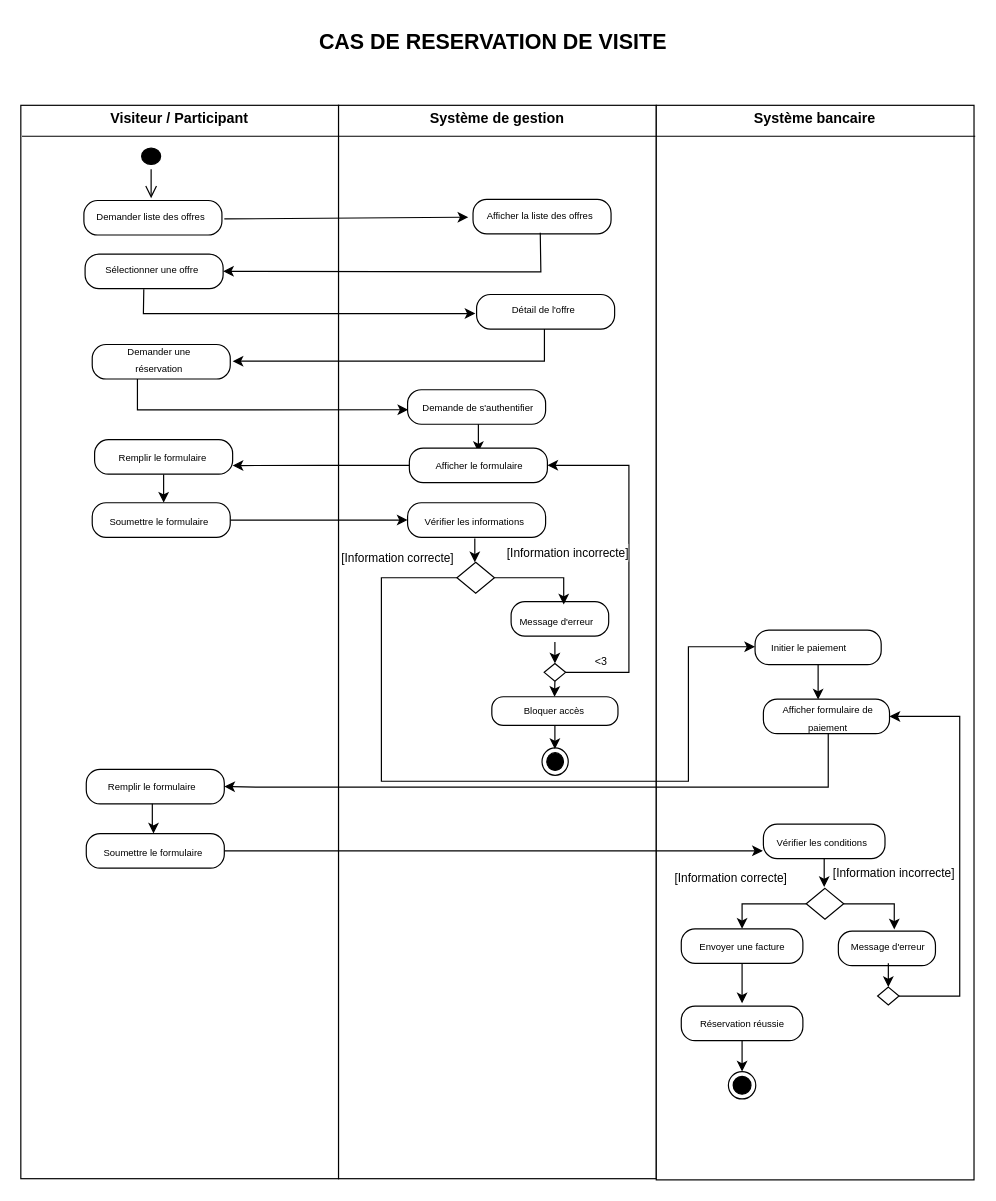
This is activity1.drawio from louis-fresnel99/TpGasaL1, a draw.io file, before an edit. Source tidied: cells renumbered, new cells numbered last; positions are measured from the earlier drawing's top-left corner, leaving out a move shared by most shapes. Both pictures are drawn from the tidied source at 119%, with x=0, y=0 at pixel (20, 20).
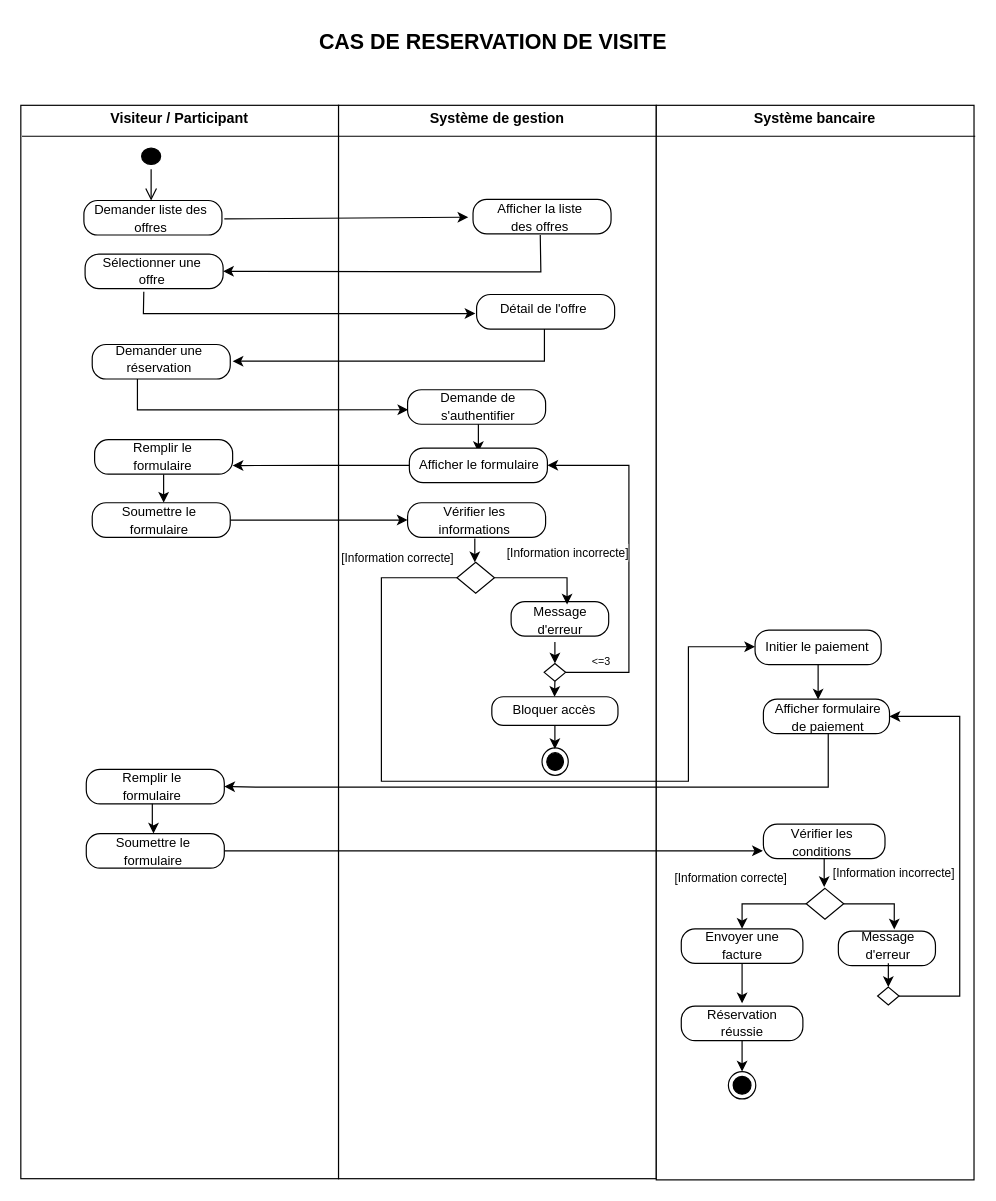
Above is the later version.

Commit message:
Mettre à jour activity1.drawio

The change refers to these unchanged cells:
```xml
<mxCell id="6" style="group;labelBackgroundColor=light-dark(#000000,#000000);fillColor=none;fillStyle=solid;imageAspect=1;" parent="1" vertex="1">
  <mxGeometry x="102" y="103" width="58" height="76" as="geometry" />
</mxCell>
```

The edit, as a diff of the source:
```diff
@@
-    <mxCell id="9" value="&lt;font style=&quot;font-size: 8px;&quot;&gt;Demander liste des offres&lt;/font&gt;" style="text;html=1;align=center;verticalAlign=middle;whiteSpace=wrap;rounded=0;fontFamily=Helvetica;fontSize=12;fontColor=default;labelBackgroundColor=none;" parent="6" vertex="1">
-      <mxGeometry x="-41" y="46" width="97" height="30" as="geometry" />
+    <mxCell id="9" value="&lt;font style=&quot;font-size: 11px;&quot;&gt;Demander liste des offres&lt;/font&gt;" style="text;html=1;align=center;verticalAlign=middle;whiteSpace=wrap;rounded=0;fontFamily=Helvetica;fontSize=12;fontColor=default;labelBackgroundColor=none;" parent="6" vertex="1">
+      <mxGeometry x="-41" y="48" width="97" height="30" as="geometry" />
     </mxCell>
@@
-    <mxCell id="12" value="&lt;font style=&quot;font-size: 8px;&quot;&gt;Afficher la liste des offres&lt;/font&gt;" style="text;html=1;align=center;verticalAlign=middle;whiteSpace=wrap;rounded=0;fontFamily=Helvetica;fontSize=12;fontColor=default;labelBackgroundColor=none;" parent="1" vertex="1">
-      <mxGeometry x="390" y="148" width="93" height="30" as="geometry" />
+    <mxCell id="12" value="&lt;font style=&quot;font-size: 11px;&quot;&gt;Afficher la liste des offres&lt;/font&gt;" style="text;html=1;align=center;verticalAlign=middle;whiteSpace=wrap;rounded=0;fontFamily=Helvetica;fontSize=12;fontColor=default;labelBackgroundColor=none;" parent="1" vertex="1">
+      <mxGeometry x="390" y="150" width="93" height="30" as="geometry" />
     </mxCell>
@@
-    <mxCell id="14" value="&lt;font style=&quot;font-size: 8px;&quot;&gt;Sélectionner une offre&lt;/font&gt;" style="text;html=1;align=center;verticalAlign=middle;whiteSpace=wrap;rounded=0;fontFamily=Helvetica;fontSize=12;fontColor=default;labelBackgroundColor=none;" parent="1" vertex="1">
-      <mxGeometry x="64" y="193" width="93" height="30" as="geometry" />
+    <mxCell id="14" value="&lt;font style=&quot;font-size: 11px;&quot;&gt;Sélectionner une offre&lt;/font&gt;" style="text;html=1;align=center;verticalAlign=middle;whiteSpace=wrap;rounded=0;fontFamily=Helvetica;fontSize=12;fontColor=default;labelBackgroundColor=none;" parent="1" vertex="1">
+      <mxGeometry x="64" y="195" width="93" height="30" as="geometry" />
     </mxCell>
@@
-    <mxCell id="18" value="&lt;font style=&quot;font-size: 8px;&quot;&gt;Détail de l'offre&lt;/font&gt;" style="text;html=1;align=center;verticalAlign=middle;whiteSpace=wrap;rounded=0;fontFamily=Helvetica;fontSize=12;fontColor=default;labelBackgroundColor=none;" parent="1" vertex="1">
+    <mxCell id="18" value="&lt;font style=&quot;font-size: 11px;&quot;&gt;Détail de l'offre&lt;/font&gt;" style="text;html=1;align=center;verticalAlign=middle;whiteSpace=wrap;rounded=0;fontFamily=Helvetica;fontSize=12;fontColor=default;labelBackgroundColor=none;" parent="1" vertex="1">
       <mxGeometry x="393" y="227" width="93" height="30" as="geometry" />
     </mxCell>
@@
-    <mxCell id="21" value="&lt;font style=&quot;font-size: 8px;&quot;&gt;Demander une réservation&lt;/font&gt;" style="text;html=1;align=center;verticalAlign=middle;whiteSpace=wrap;rounded=0;fontFamily=Helvetica;fontSize=12;fontColor=default;labelBackgroundColor=none;" parent="1" vertex="1">
+    <mxCell id="21" value="&lt;font style=&quot;font-size: 11px;&quot;&gt;Demander une réservation&lt;/font&gt;" style="text;html=1;align=center;verticalAlign=middle;whiteSpace=wrap;rounded=0;fontFamily=Helvetica;fontSize=12;fontColor=default;labelBackgroundColor=none;" parent="1" vertex="1">
       <mxGeometry x="70" y="269" width="93" height="30" as="geometry" />
     </mxCell>
@@
-    <mxCell id="25" value="&lt;font style=&quot;font-size: 8px;&quot;&gt;Demande de s'authentifier&lt;/font&gt;" style="text;html=1;align=center;verticalAlign=middle;whiteSpace=wrap;rounded=0;fontFamily=Helvetica;fontSize=12;fontColor=default;labelBackgroundColor=none;" parent="1" vertex="1">
+    <mxCell id="25" value="&lt;font style=&quot;font-size: 11px;&quot;&gt;Demande de s'authentifier&lt;/font&gt;" style="text;html=1;align=center;verticalAlign=middle;whiteSpace=wrap;rounded=0;fontFamily=Helvetica;fontSize=12;fontColor=default;labelBackgroundColor=none;" parent="1" vertex="1">
       <mxGeometry x="333" y="309" width="103" height="30" as="geometry" />
     </mxCell>
@@
-    <mxCell id="28" value="&lt;font style=&quot;font-size: 8px;&quot;&gt;Remplir le formulaire&lt;/font&gt;" style="text;html=1;align=center;verticalAlign=middle;whiteSpace=wrap;rounded=0;fontFamily=Helvetica;fontSize=12;fontColor=default;labelBackgroundColor=none;" parent="1" vertex="1">
+    <mxCell id="28" value="&lt;font style=&quot;font-size: 11px;&quot;&gt;Remplir le formulaire&lt;/font&gt;" style="text;html=1;align=center;verticalAlign=middle;whiteSpace=wrap;rounded=0;fontFamily=Helvetica;fontSize=12;fontColor=default;labelBackgroundColor=none;" parent="1" vertex="1">
       <mxGeometry x="72.5" y="351" width="93" height="30" as="geometry" />
     </mxCell>
@@
-    <mxCell id="31" value="&lt;font style=&quot;font-size: 8px;&quot;&gt;Remplir le formulaire&lt;/font&gt;" style="text;html=1;align=center;verticalAlign=middle;whiteSpace=wrap;rounded=0;fontFamily=Helvetica;fontSize=12;fontColor=default;labelBackgroundColor=none;" parent="1" vertex="1">
+    <mxCell id="31" value="&lt;font style=&quot;font-size: 11px;&quot;&gt;Remplir le formulaire&lt;/font&gt;" style="text;html=1;align=center;verticalAlign=middle;whiteSpace=wrap;rounded=0;fontFamily=Helvetica;fontSize=12;fontColor=default;labelBackgroundColor=none;" parent="1" vertex="1">
       <mxGeometry x="64" y="628" width="93" height="30" as="geometry" />
     </mxCell>
@@
-    <mxCell id="33" value="&lt;font style=&quot;font-size: 8px;&quot;&gt;Soumettre le formulaire&lt;/font&gt;" style="text;html=1;align=center;verticalAlign=middle;whiteSpace=wrap;rounded=0;fontFamily=Helvetica;fontSize=12;fontColor=default;labelBackgroundColor=none;" parent="1" vertex="1">
+    <mxCell id="33" value="&lt;font style=&quot;font-size: 11px;&quot;&gt;Soumettre le formulaire&lt;/font&gt;" style="text;html=1;align=center;verticalAlign=middle;whiteSpace=wrap;rounded=0;fontFamily=Helvetica;fontSize=12;fontColor=default;labelBackgroundColor=none;" parent="1" vertex="1">
       <mxGeometry x="65" y="683" width="93" height="30" as="geometry" />
     </mxCell>
@@
-    <mxCell id="37" value="&lt;font style=&quot;font-size: 8px;&quot;&gt;Initier le paiement&lt;/font&gt;" style="text;html=1;align=center;verticalAlign=middle;whiteSpace=wrap;rounded=0;fontFamily=Helvetica;fontSize=12;fontColor=default;labelBackgroundColor=none;" parent="1" vertex="1">
-      <mxGeometry x="617" y="511" width="91" height="30" as="geometry" />
+    <mxCell id="37" value="&lt;font style=&quot;font-size: 11px;&quot;&gt;Initier le paiement&lt;/font&gt;" style="text;html=1;align=center;verticalAlign=middle;whiteSpace=wrap;rounded=0;fontFamily=Helvetica;fontSize=12;fontColor=default;labelBackgroundColor=none;" parent="1" vertex="1">
+      <mxGeometry x="624" y="511" width="91" height="30" as="geometry" />
     </mxCell>
@@
-    <mxCell id="40" value="&lt;font style=&quot;font-size: 8px;&quot;&gt;Afficher formulaire de paiement&lt;/font&gt;" style="text;html=1;align=center;verticalAlign=middle;whiteSpace=wrap;rounded=0;fontFamily=Helvetica;fontSize=12;fontColor=default;labelBackgroundColor=none;" parent="1" vertex="1">
+    <mxCell id="40" value="&lt;font style=&quot;font-size: 11px;&quot;&gt;Afficher formulaire de paiement&lt;/font&gt;" style="text;html=1;align=center;verticalAlign=middle;whiteSpace=wrap;rounded=0;fontFamily=Helvetica;fontSize=12;fontColor=default;labelBackgroundColor=none;" parent="1" vertex="1">
       <mxGeometry x="627" y="572" width="103" height="25" as="geometry" />
     </mxCell>
-    <mxCell id="41" value="&lt;font style=&quot;font-size: 9px;&quot;&gt;&amp;lt;3&lt;/font&gt;" style="text;html=1;align=center;verticalAlign=middle;whiteSpace=wrap;rounded=0;fontFamily=Helvetica;fontSize=12;labelBackgroundColor=light-dark(#ffffff, #000000);fillColor=light-dark(#ffffff, #ededed);" parent="1" vertex="1">
+    <mxCell id="41" value="&lt;font style=&quot;font-size: 9px;&quot;&gt;&amp;lt;=3&lt;/font&gt;" style="text;html=1;align=center;verticalAlign=middle;whiteSpace=wrap;rounded=0;fontFamily=Helvetica;fontSize=12;labelBackgroundColor=light-dark(#ffffff, #000000);fillColor=light-dark(#ffffff, #ededed);" parent="1" vertex="1">
       <mxGeometry x="467" y="531" width="41.5" height="13" as="geometry" />
     </mxCell>
@@
-    <mxCell id="44" value="&lt;font style=&quot;font-size: 8px;&quot;&gt;Vérifier les conditions&lt;/font&gt;" style="text;html=1;align=center;verticalAlign=middle;whiteSpace=wrap;rounded=0;fontFamily=Helvetica;fontSize=12;fontColor=default;labelBackgroundColor=none;" parent="1" vertex="1">
+    <mxCell id="44" value="&lt;font style=&quot;font-size: 11px;&quot;&gt;Vérifier les conditions&lt;/font&gt;" style="text;html=1;align=center;verticalAlign=middle;whiteSpace=wrap;rounded=0;fontFamily=Helvetica;fontSize=12;fontColor=default;labelBackgroundColor=none;" parent="1" vertex="1">
       <mxGeometry x="627" y="679" width="93" height="21" as="geometry" />
     </mxCell>
@@
-    <mxCell id="47" value="&lt;font style=&quot;font-size: 8px;&quot;&gt;Afficher le formulaire&lt;/font&gt;" style="text;html=1;align=center;verticalAlign=middle;whiteSpace=wrap;rounded=0;fontFamily=Helvetica;fontSize=12;fontColor=default;labelBackgroundColor=none;" parent="1" vertex="1">
+    <mxCell id="47" value="&lt;font style=&quot;font-size: 11px;&quot;&gt;Afficher le formulaire&lt;/font&gt;" style="text;html=1;align=center;verticalAlign=middle;whiteSpace=wrap;rounded=0;fontFamily=Helvetica;fontSize=12;fontColor=default;labelBackgroundColor=none;" parent="1" vertex="1">
       <mxGeometry x="333.5" y="358" width="103" height="30" as="geometry" />
     </mxCell>
@@
-    <mxCell id="50" value="&lt;font style=&quot;font-size: 8px;&quot;&gt;Soumettre le formulaire&lt;/font&gt;" style="text;html=1;align=center;verticalAlign=middle;whiteSpace=wrap;rounded=0;fontFamily=Helvetica;fontSize=12;fontColor=default;labelBackgroundColor=none;" parent="1" vertex="1">
+    <mxCell id="50" value="&lt;font style=&quot;font-size: 11px;&quot;&gt;Soumettre le formulaire&lt;/font&gt;" style="text;html=1;align=center;verticalAlign=middle;whiteSpace=wrap;rounded=0;fontFamily=Helvetica;fontSize=12;fontColor=default;labelBackgroundColor=none;" parent="1" vertex="1">
       <mxGeometry x="70" y="405" width="93" height="30" as="geometry" />
     </mxCell>
@@
-    <mxCell id="53" value="&lt;font style=&quot;font-size: 8px;&quot;&gt;Vérifier les informations&lt;/font&gt;" style="text;html=1;align=center;verticalAlign=middle;whiteSpace=wrap;rounded=0;fontFamily=Helvetica;fontSize=12;fontColor=default;labelBackgroundColor=none;" parent="1" vertex="1">
+    <mxCell id="53" value="&lt;font style=&quot;font-size: 11px;&quot;&gt;Vérifier les informations&lt;/font&gt;" style="text;html=1;align=center;verticalAlign=middle;whiteSpace=wrap;rounded=0;fontFamily=Helvetica;fontSize=12;fontColor=default;labelBackgroundColor=none;" parent="1" vertex="1">
       <mxGeometry x="335" y="405" width="93" height="30" as="geometry" />
     </mxCell>
@@
-    <mxCell id="58" value="&lt;font style=&quot;font-size: 8px;&quot;&gt;Message d'erreur&lt;/font&gt;" style="text;html=1;align=center;verticalAlign=middle;whiteSpace=wrap;rounded=0;fontFamily=Helvetica;fontSize=12;fontColor=default;labelBackgroundColor=none;" parent="1" vertex="1">
-      <mxGeometry x="403.5" y="489" width="93" height="30" as="geometry" />
+    <mxCell id="58" value="&lt;font style=&quot;font-size: 11px;&quot;&gt;Message d'erreur&lt;/font&gt;" style="text;html=1;align=center;verticalAlign=middle;whiteSpace=wrap;rounded=0;fontFamily=Helvetica;fontSize=12;fontColor=default;labelBackgroundColor=none;" parent="1" vertex="1">
+      <mxGeometry x="410" y="489" width="86.5" height="30" as="geometry" />
     </mxCell>
@@
-    <mxCell id="71" value="&lt;font style=&quot;font-size: 8px;&quot;&gt;Message d'erreur&lt;/font&gt;" style="text;html=1;align=center;verticalAlign=middle;whiteSpace=wrap;rounded=0;fontFamily=Helvetica;fontSize=12;fontColor=default;labelBackgroundColor=none;" parent="1" vertex="1">
+    <mxCell id="71" value="&lt;font style=&quot;font-size: 11px;&quot;&gt;Message d'erreur&lt;/font&gt;" style="text;html=1;align=center;verticalAlign=middle;whiteSpace=wrap;rounded=0;fontFamily=Helvetica;fontSize=12;fontColor=default;labelBackgroundColor=none;" parent="1" vertex="1">
       <mxGeometry x="692" y="762" width="74" height="30" as="geometry" />
     </mxCell>
@@
-    <mxCell id="73" value="&lt;font style=&quot;font-size: 8px;&quot;&gt;Envoyer une facture&lt;/font&gt;" style="text;html=1;align=center;verticalAlign=middle;whiteSpace=wrap;rounded=0;fontFamily=Helvetica;fontSize=12;fontColor=default;labelBackgroundColor=none;" parent="1" vertex="1">
+    <mxCell id="73" value="&lt;font style=&quot;font-size: 11px;&quot;&gt;Envoyer une facture&lt;/font&gt;" style="text;html=1;align=center;verticalAlign=middle;whiteSpace=wrap;rounded=0;fontFamily=Helvetica;fontSize=12;fontColor=default;labelBackgroundColor=none;" parent="1" vertex="1">
       <mxGeometry x="559.6" y="762" width="93" height="30" as="geometry" />
     </mxCell>
@@
-    <mxCell id="76" value="&lt;font style=&quot;font-size: 8px;&quot;&gt;Réservation réussie&lt;/font&gt;" style="text;html=1;align=center;verticalAlign=middle;whiteSpace=wrap;rounded=0;fontFamily=Helvetica;fontSize=12;fontColor=default;labelBackgroundColor=none;" parent="1" vertex="1">
+    <mxCell id="76" value="&lt;font style=&quot;font-size: 11px;&quot;&gt;Réservation réussie&lt;/font&gt;" style="text;html=1;align=center;verticalAlign=middle;whiteSpace=wrap;rounded=0;fontFamily=Helvetica;fontSize=12;fontColor=default;labelBackgroundColor=none;" parent="1" vertex="1">
       <mxGeometry x="559.6" y="827" width="93" height="30" as="geometry" />
     </mxCell>
@@
-    <mxCell id="81" value="&lt;font style=&quot;font-size: 8px;&quot;&gt;Bloquer accès&lt;/font&gt;" style="text;html=1;align=center;verticalAlign=middle;whiteSpace=wrap;rounded=0;fontFamily=Helvetica;fontSize=12;fontColor=default;labelBackgroundColor=none;" parent="1" vertex="1">
+    <mxCell id="81" value="&lt;font style=&quot;font-size: 11px;&quot;&gt;Bloquer accès&lt;/font&gt;" style="text;html=1;align=center;verticalAlign=middle;whiteSpace=wrap;rounded=0;fontFamily=Helvetica;fontSize=12;fontColor=default;labelBackgroundColor=none;" parent="1" vertex="1">
       <mxGeometry x="402.2" y="564" width="93" height="30" as="geometry" />
     </mxCell>
```
